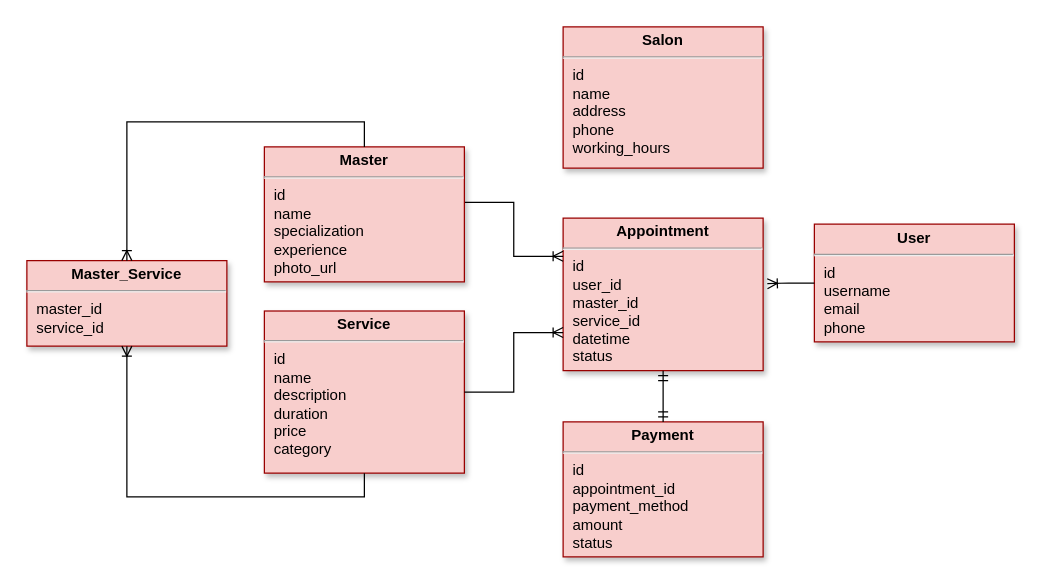
Above: Салона_красоты-таблицы.drawio in victoriagaidarji/beauty-salon (draw.io), before the change. Source tidied: cells renumbered, new cells numbered last; positions are measured from the earlier drawing's top-left corner, leaving out a move shared by most shapes. Both pictures are drawn from the tidied source at 125%, with x=0, y=0 at pixel (26, 26).
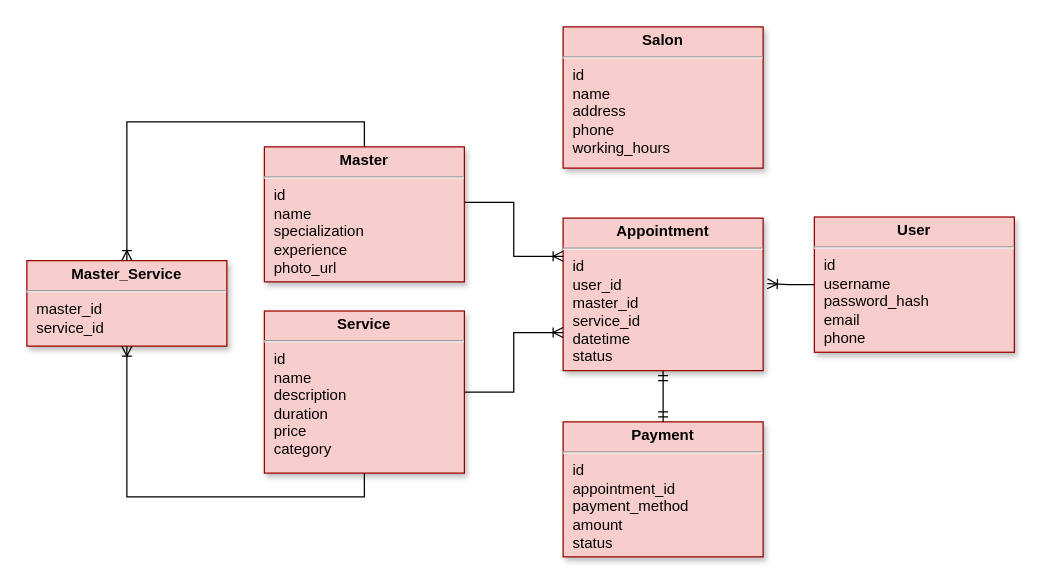
Above is the later version.

What changed in the source:
```diff
@@
 <mxGraphModel>
   <root>
     <mxCell id="0" />
     <mxCell id="1" parent="0" />
     <mxCell id="2" value="&lt;p style=&quot;margin: 4px 0px 0px; text-align: center;&quot;&gt;&lt;b&gt;&lt;span&gt;Appointment&lt;/span&gt;&lt;/b&gt;&lt;/p&gt;&lt;hr&gt;&lt;p style=&quot;margin: 0px; margin-left: 8px;&quot;&gt;id&lt;/p&gt;&lt;p style=&quot;margin: 0px; margin-left: 8px;&quot;&gt;user_id&lt;/p&gt;&lt;p style=&quot;margin: 0px; margin-left: 8px;&quot;&gt;master_id&lt;/p&gt;&lt;p style=&quot;margin: 0px; margin-left: 8px;&quot;&gt;service_id&lt;/p&gt;&lt;p style=&quot;margin: 0px; margin-left: 8px;&quot;&gt;datetime&lt;/p&gt;&lt;p style=&quot;margin: 0px; margin-left: 8px;&quot;&gt;status&lt;/p&gt;" style="verticalAlign=top;align=left;overflow=fill;fontSize=12;fontFamily=Helvetica;html=1;strokeColor=#990000;shadow=1;fillColor=#f8cecc;fontStyle=0;" parent="1" vertex="1">
       <mxGeometry x="429" y="153" width="160" height="122" as="geometry" />
     </mxCell>
     <mxCell id="3" value="&lt;p style=&quot;margin: 4px 0px 0px; text-align: center;&quot;&gt;&lt;b&gt;&lt;span&gt;Master&lt;/span&gt;&lt;/b&gt;&lt;/p&gt;&lt;hr&gt;&lt;p style=&quot;margin: 0px 0px 0px 8px;&quot;&gt;id&lt;/p&gt;&lt;p style=&quot;margin: 0px 0px 0px 8px;&quot;&gt;name&lt;/p&gt;&lt;p style=&quot;margin: 0px; margin-left: 8px;&quot;&gt;specialization&lt;/p&gt;&lt;p style=&quot;margin: 0px; margin-left: 8px;&quot;&gt;experience&lt;/p&gt;&lt;p style=&quot;margin: 0px; margin-left: 8px;&quot;&gt;photo_url&lt;/p&gt;" style="verticalAlign=top;align=left;overflow=fill;fontSize=12;fontFamily=Helvetica;html=1;strokeColor=#990000;shadow=1;fillColor=#f8cecc;fontStyle=0;" parent="1" vertex="1">
       <mxGeometry x="190" y="96" width="160" height="108" as="geometry" />
     </mxCell>
     <mxCell id="4" value="&lt;p style=&quot;margin: 4px 0px 0px; text-align: center;&quot;&gt;&lt;b&gt;&lt;span&gt;Service&lt;/span&gt;&lt;/b&gt;&lt;/p&gt;&lt;hr&gt;&lt;p style=&quot;margin: 0px; margin-left: 8px;&quot;&gt;id&lt;/p&gt;&lt;p style=&quot;margin: 0px; margin-left: 8px;&quot;&gt;name&lt;/p&gt;&lt;p style=&quot;margin: 0px; margin-left: 8px;&quot;&gt;description&lt;/p&gt;&lt;p style=&quot;margin: 0px; margin-left: 8px;&quot;&gt;duration&lt;/p&gt;&lt;p style=&quot;margin: 0px; margin-left: 8px;&quot;&gt;price&lt;/p&gt;&lt;p style=&quot;margin: 0px; margin-left: 8px;&quot;&gt;category&lt;/p&gt;&lt;p style=&quot;margin: 0px; margin-left: 8px;&quot;&gt;&lt;br&gt;&lt;/p&gt;" style="verticalAlign=top;align=left;overflow=fill;fontSize=12;fontFamily=Helvetica;html=1;strokeColor=#990000;shadow=1;fillColor=#f8cecc;fontStyle=0;" parent="1" vertex="1">
       <mxGeometry x="190" y="227.3" width="160" height="129.7" as="geometry" />
     </mxCell>
     <mxCell id="5" value="&lt;p style=&quot;margin: 4px 0px 0px; text-align: center;&quot;&gt;&lt;b&gt;Master_Service&lt;/b&gt;&lt;/p&gt;&lt;hr&gt;&lt;p style=&quot;margin: 0px; margin-left: 8px;&quot;&gt;master_id&lt;/p&gt;&lt;p style=&quot;margin: 0px; margin-left: 8px;&quot;&gt;service_id&lt;/p&gt;" style="verticalAlign=top;align=left;overflow=fill;fontSize=12;fontFamily=Helvetica;html=1;strokeColor=#990000;shadow=1;fillColor=#f8cecc;fontStyle=0;" parent="1" vertex="1">
       <mxGeometry y="187" width="160" height="68.4" as="geometry" />
     </mxCell>
-    <mxCell id="6" value="&lt;p style=&quot;margin: 4px 0px 0px; text-align: center;&quot;&gt;&lt;b&gt;&lt;span&gt;User&lt;/span&gt;&lt;/b&gt;&lt;/p&gt;&lt;hr&gt;&lt;p style=&quot;margin: 0px; margin-left: 8px;&quot;&gt;id&lt;/p&gt;&lt;p style=&quot;margin: 0px; margin-left: 8px;&quot;&gt;username&lt;/p&gt;&lt;p style=&quot;margin: 0px; margin-left: 8px;&quot;&gt;email&lt;/p&gt;&lt;p style=&quot;margin: 0px; margin-left: 8px;&quot;&gt;phone&lt;/p&gt;&lt;p style=&quot;margin: 0px; margin-left: 8px;&quot;&gt;&lt;br&gt;&lt;/p&gt;" style="verticalAlign=top;align=left;overflow=fill;fontSize=12;fontFamily=Helvetica;html=1;strokeColor=#990000;shadow=1;fillColor=#f8cecc;fontStyle=0;" parent="1" vertex="1">
-      <mxGeometry x="630" y="157.8" width="160" height="94.2" as="geometry" />
+    <mxCell id="6" value="&lt;p style=&quot;margin: 4px 0px 0px; text-align: center;&quot;&gt;&lt;b&gt;&lt;span&gt;User&lt;/span&gt;&lt;/b&gt;&lt;/p&gt;&lt;hr&gt;&lt;p style=&quot;margin: 0px; margin-left: 8px;&quot;&gt;id&lt;/p&gt;&lt;p style=&quot;margin: 0px; margin-left: 8px;&quot;&gt;username&lt;/p&gt;&lt;p style=&quot;margin: 0px; margin-left: 8px;&quot;&gt;password_hash&amp;nbsp;&lt;/p&gt;&lt;p style=&quot;margin: 0px; margin-left: 8px;&quot;&gt;email&lt;/p&gt;&lt;p style=&quot;margin: 0px; margin-left: 8px;&quot;&gt;phone&lt;/p&gt;&lt;p style=&quot;margin: 0px; margin-left: 8px;&quot;&gt;&lt;br&gt;&lt;/p&gt;" style="verticalAlign=top;align=left;overflow=fill;fontSize=12;fontFamily=Helvetica;html=1;strokeColor=#990000;shadow=1;fillColor=#f8cecc;fontStyle=0;" parent="1" vertex="1">
+      <mxGeometry x="630" y="152.1" width="160" height="108.2" as="geometry" />
     </mxCell>
     <mxCell id="7" value="&lt;p style=&quot;margin: 4px 0px 0px; text-align: center;&quot;&gt;&lt;b&gt;Salon&lt;/b&gt;&lt;/p&gt;&lt;hr&gt;&lt;p style=&quot;margin: 0px; margin-left: 8px;&quot;&gt;id&lt;/p&gt;&lt;p style=&quot;margin: 0px; margin-left: 8px;&quot;&gt;name&lt;/p&gt;&lt;p style=&quot;margin: 0px; margin-left: 8px;&quot;&gt;address&lt;/p&gt;&lt;p style=&quot;margin: 0px; margin-left: 8px;&quot;&gt;phone&lt;/p&gt;&lt;p style=&quot;margin: 0px; margin-left: 8px;&quot;&gt;working_hours&lt;/p&gt;&lt;p style=&quot;margin: 0px; margin-left: 8px;&quot;&gt;&lt;br&gt;&lt;/p&gt;" style="verticalAlign=top;align=left;overflow=fill;fontSize=12;fontFamily=Helvetica;html=1;strokeColor=#990000;shadow=1;fillColor=#f8cecc;fontStyle=0;" parent="1" vertex="1">
       <mxGeometry x="429" width="160" height="113" as="geometry" />
     </mxCell>
     <mxCell id="8" value="&lt;p style=&quot;margin: 4px 0px 0px; text-align: center;&quot;&gt;&lt;b&gt;&lt;span&gt;Payment&lt;/span&gt;&lt;/b&gt;&lt;/p&gt;&lt;hr&gt;&lt;p style=&quot;margin: 0px 0px 0px 8px;&quot;&gt;id&lt;/p&gt;&lt;p style=&quot;margin: 0px 0px 0px 8px;&quot;&gt;appointment_id&lt;/p&gt;&lt;p style=&quot;margin: 0px; margin-left: 8px;&quot;&gt;payment_method&lt;/p&gt;&lt;p style=&quot;margin: 0px; margin-left: 8px;&quot;&gt;amount&lt;/p&gt;&lt;p style=&quot;margin: 0px; margin-left: 8px;&quot;&gt;status&lt;/p&gt;" style="verticalAlign=top;align=left;overflow=fill;fontSize=12;fontFamily=Helvetica;html=1;strokeColor=#990000;shadow=1;fillColor=#f8cecc;fontStyle=0;" parent="1" vertex="1">
       <mxGeometry x="429" y="316" width="160" height="108" as="geometry" />
     </mxCell>
     <mxCell id="9" style="edgeStyle=orthogonalEdgeStyle;fontSize=12;html=1;endArrow=ERoneToMany;rounded=0;exitX=0;exitY=0.5;exitDx=0;exitDy=0;entryX=1.021;entryY=0.43;entryDx=0;entryDy=0;entryPerimeter=0;" parent="1" edge="1" source="6" target="2">
       <mxGeometry relative="1" as="geometry" />
     </mxCell>
     <mxCell id="10" style="edgeStyle=orthogonalEdgeStyle;fontSize=12;html=1;endArrow=ERoneToMany;rounded=0;exitX=1.003;exitY=0.411;exitDx=0;exitDy=0;entryX=0;entryY=0.25;entryDx=0;entryDy=0;exitPerimeter=0;" parent="1" edge="1" source="3" target="2">
       <mxGeometry relative="1" as="geometry" />
     </mxCell>
     <mxCell id="11" style="edgeStyle=orthogonalEdgeStyle;fontSize=12;html=1;endArrow=ERoneToMany;rounded=0;exitX=1;exitY=0.5;exitDx=0;exitDy=0;entryX=0;entryY=0.75;entryDx=0;entryDy=0;" parent="1" edge="1" source="4" target="2">
       <mxGeometry relative="1" as="geometry" />
     </mxCell>
     <mxCell id="12" style="edgeStyle=orthogonalEdgeStyle;fontSize=12;html=1;endArrow=ERmandOne;startArrow=ERmandOne;rounded=0;exitX=0.5;exitY=0;exitDx=0;exitDy=0;entryX=0.5;entryY=1;entryDx=0;entryDy=0;" parent="1" edge="1" source="8" target="2">
       <mxGeometry relative="1" as="geometry" />
     </mxCell>
     <mxCell id="13" style="edgeStyle=orthogonalEdgeStyle;fontSize=12;html=1;endArrow=ERoneToMany;rounded=0;exitX=0.5;exitY=0;exitDx=0;exitDy=0;entryX=0.5;entryY=0;entryDx=0;entryDy=0;" parent="1" edge="1" source="3" target="5">
       <mxGeometry relative="1" as="geometry">
         <Array as="points">
           <mxPoint x="270" y="76" />
           <mxPoint x="80" y="76" />
         </Array>
       </mxGeometry>
     </mxCell>
     <mxCell id="14" style="edgeStyle=orthogonalEdgeStyle;fontSize=12;html=1;endArrow=ERoneToMany;rounded=0;exitX=0.5;exitY=1;exitDx=0;exitDy=0;entryX=0.5;entryY=1;entryDx=0;entryDy=0;" parent="1" edge="1" source="4" target="5">
       <mxGeometry relative="1" as="geometry">
         <Array as="points">
           <mxPoint x="270" y="376" />
           <mxPoint x="80" y="376" />
         </Array>
       </mxGeometry>
     </mxCell>
   </root>
 </mxGraphModel>
```
